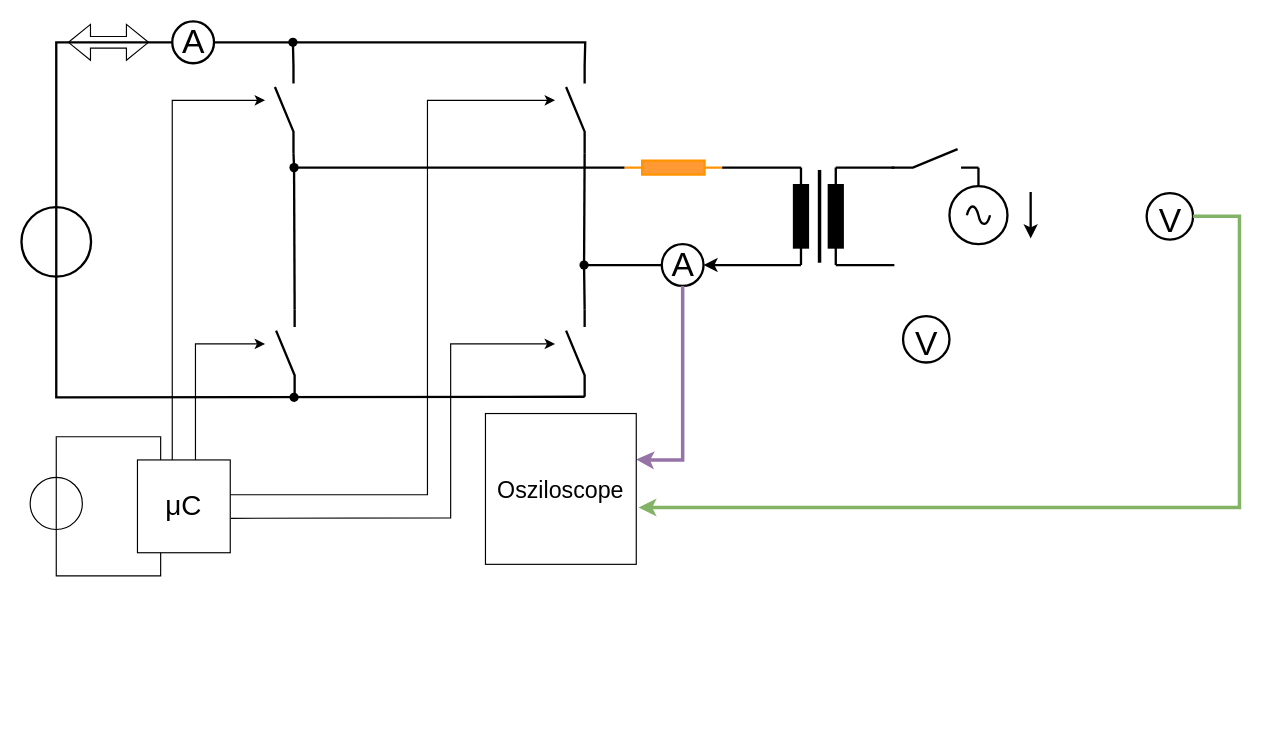
Lostqw1/Funfun keeps this draw.io diagram as Effizienzmessung.drawio. Above is the earlier version. Source tidied: cells renumbered, new cells numbered last; positions are measured from the earlier drawing's top-left corner, leaving out a move shared by most shapes. Both pictures are drawn from the tidied source at 116%, with x=0, y=0 at pixel (21, 21).
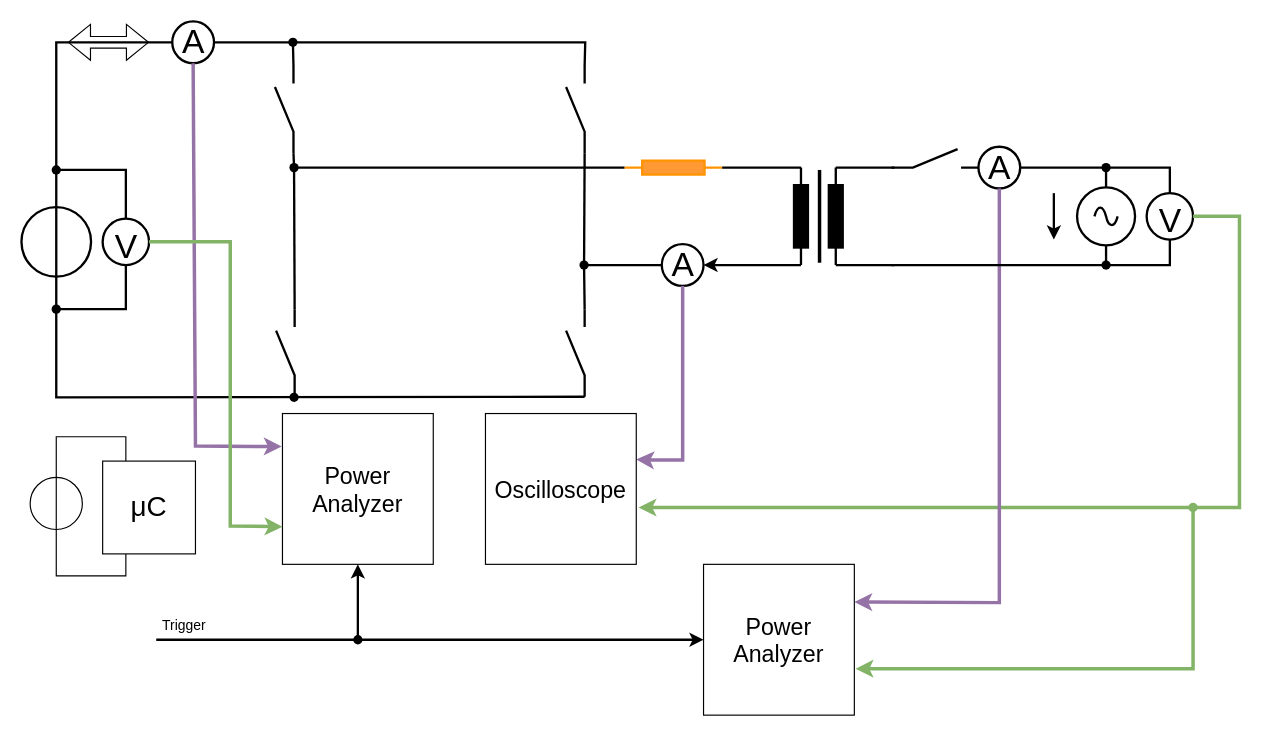
After the change.

Unchanged cells that the change refers to:
```xml
<mxCell id="5" style="verticalLabelPosition=bottom;shadow=0;dashed=0;align=center;html=1;verticalAlign=top;shape=mxgraph.electrical.electro-mechanical.make_contact;rotation=-90;strokeWidth=2;" parent="1" vertex="1">
  <mxGeometry x="440" y="68" width="75" height="16" as="geometry" />
</mxCell>
<mxCell id="8" value="&lt;p style=&quot;line-height: 70%;&quot;&gt;&lt;font style=&quot;font-size: 29px;&quot;&gt;V&lt;/font&gt;&lt;/p&gt;" style="verticalLabelPosition=middle;shadow=0;dashed=0;align=center;html=1;verticalAlign=middle;strokeWidth=2;shape=ellipse;fontSize=50;" parent="1" vertex="1">
  <mxGeometry x="970" y="148" width="40" height="40" as="geometry" />
</mxCell>
<mxCell id="16" style="shape=waypoint;sketch=0;fillStyle=solid;size=6;points=[];fillColor=none;perimeter=centerPerimeter;snapToPoint=1;strokeWidth=2;" parent="1" vertex="1">
  <mxGeometry x="475" y="200" width="20" height="20" as="geometry" />
</mxCell>
<mxCell id="23" style="verticalLabelPosition=bottom;shadow=0;dashed=0;align=center;html=1;verticalAlign=top;shape=mxgraph.electrical.signal_sources.source;points=[[0.5,0,0],[1,0.5,0],[0.5,1,0],[0,0.5,0]];elSignalType=ideal;rotation=90;strokeWidth=2;" parent="1" vertex="1">
  <mxGeometry y="160" width="60" height="60" as="geometry" />
</mxCell>
<mxCell id="39" style="verticalLabelPosition=bottom;shadow=0;dashed=0;align=center;html=1;verticalAlign=top;shape=mxgraph.electrical.signal_sources.source;points=[[0.5,0,0],[1,0.5,0],[0.5,1,0],[0,0.5,0]];elSignalType=ideal;rotation=90;strokeWidth=1;" parent="1" vertex="1">
  <mxGeometry x="7.5" y="393" width="45" height="45" as="geometry" />
</mxCell>
<mxCell id="43" value="A" style="verticalLabelPosition=middle;shadow=0;dashed=0;align=center;html=1;verticalAlign=middle;strokeWidth=2;shape=ellipse;fontSize=29;" parent="1" vertex="1">
  <mxGeometry x="130" width="36" height="36" as="geometry" />
</mxCell>
<mxCell id="44" style="verticalLabelPosition=bottom;shadow=0;dashed=0;align=center;html=1;verticalAlign=top;shape=mxgraph.electrical.electro-mechanical.make_contact;strokeWidth=2;" parent="1" vertex="1">
  <mxGeometry x="750" y="110" width="75" height="16" as="geometry" />
</mxCell>
```

The edit, as a diff of the source:
```diff
@@
     <mxCell id="3" style="verticalLabelPosition=bottom;shadow=0;dashed=0;align=center;html=1;verticalAlign=top;shape=mxgraph.electrical.signal_sources.source;points=[[0.5,0,0],[1,0.5,0],[0.5,1,0],[0,0.5,0]];elSignalType=ac;strokeWidth=2;" parent="1" vertex="1">
-      <mxGeometry x="800" y="142" width="50" height="50" as="geometry" />
+      <mxGeometry x="910" y="143" width="50" height="50" as="geometry" />
     </mxCell>
@@
-    <mxCell id="19" style="endArrow=none;html=1;rounded=0;entryX=0;entryY=1;entryDx=0;entryDy=0;entryPerimeter=0;exitX=0.45;exitY=0.3;exitDx=0;exitDy=0;exitPerimeter=0;strokeWidth=2;" parent="1" edge="1" source="16" target="5">
-      <mxGeometry relative="1" as="geometry" />
+    <mxCell id="19" style="endArrow=none;html=1;rounded=0;entryX=0;entryY=1;entryDx=0;entryDy=0;entryPerimeter=0;strokeWidth=2;" parent="1" edge="1" target="5">
+      <mxGeometry relative="1" as="geometry">
+        <mxPoint x="485" y="210" as="sourcePoint" />
+      </mxGeometry>
     </mxCell>
     <mxCell id="20" style="endArrow=classic;html=1;rounded=0;strokeWidth=2;" parent="1" edge="1">
       <mxGeometry relative="1" as="geometry">
-        <mxPoint x="870" y="147" as="sourcePoint" />
-        <mxPoint x="870" y="187" as="targetPoint" />
+        <mxPoint x="890" y="148" as="sourcePoint" />
+        <mxPoint x="890" y="188" as="targetPoint" />
       </mxGeometry>
     </mxCell>
@@
-    <mxCell id="22" style="endArrow=classic;html=1;rounded=0;exitX=1;exitY=0.5;exitDx=0;exitDy=0;fillColor=#d5e8d4;strokeColor=#82b366;strokeWidth=3;entryX=1.015;entryY=0.623;entryDx=0;entryDy=0;entryPerimeter=0;" parent="1" edge="1" source="8" target="26">
-      <mxGeometry relative="1" as="geometry">
-        <Array as="points">
-          <mxPoint x="1050" y="168" />
-          <mxPoint x="1050" y="419" />
-        </Array>
-      </mxGeometry>
+    <mxCell id="22" style="endArrow=classic;html=1;rounded=0;exitDx=0;exitDy=0;fillColor=#d5e8d4;strokeColor=#82b366;strokeWidth=3;entryX=1.015;entryY=0.623;entryDx=0;entryDy=0;entryPerimeter=0;" parent="1" edge="1" source="64" target="26">
+      <mxGeometry relative="1" as="geometry" />
     </mxCell>
@@
-    <mxCell id="26" value="&lt;font style=&quot;font-size: 20px;&quot;&gt;Osziloscope&lt;/font&gt;" style="whiteSpace=wrap;html=1;" parent="1" vertex="1">
+    <mxCell id="26" value="&lt;font style=&quot;font-size: 20px;&quot;&gt;Oscilloscope&lt;/font&gt;" style="whiteSpace=wrap;html=1;align=center;" parent="1" vertex="1">
       <mxGeometry x="400" y="338" width="130" height="130" as="geometry" />
     </mxCell>
-    <mxCell id="27" style="endArrow=none;html=1;rounded=0;exitX=0;exitY=0.5;exitDx=0;exitDy=0;exitPerimeter=0;strokeWidth=2;entryX=0;entryY=0.5;entryDx=0;entryDy=0;" parent="1" edge="1" source="23" target="43">
+    <mxCell id="27" style="endArrow=none;html=1;rounded=0;exitDx=0;exitDy=0;exitPerimeter=0;strokeWidth=2;entryX=0;entryY=0.5;entryDx=0;entryDy=0;" parent="1" edge="1" source="53" target="43">
       <mxGeometry relative="1" as="geometry">
         <Array as="points">
           <mxPoint x="30" y="18" />
         </Array>
       </mxGeometry>
     </mxCell>
@@
-    <mxCell id="34" style="endArrow=classic;html=1;rounded=0;entryX=0.5;entryY=0;entryDx=0;entryDy=0;" parent="1" edge="1">
-      <mxGeometry relative="1" as="geometry">
-        <mxPoint x="150" y="378" as="sourcePoint" />
-        <mxPoint x="210" y="278" as="targetPoint" />
-        <Array as="points">
-          <mxPoint x="150" y="278" />
-        </Array>
-      </mxGeometry>
-    </mxCell>
-    <mxCell id="35" style="endArrow=classic;html=1;rounded=0;entryX=0.5;entryY=0;entryDx=0;entryDy=0;exitX=1.008;exitY=0.629;exitDx=0;exitDy=0;exitPerimeter=0;" parent="1" edge="1" source="38">
-      <mxGeometry relative="1" as="geometry">
-        <mxPoint x="460" y="278" as="targetPoint" />
-        <Array as="points">
-          <mxPoint x="370" y="428" />
-          <mxPoint x="370" y="278" />
-        </Array>
-      </mxGeometry>
-    </mxCell>
-    <mxCell id="36" style="endArrow=classic;html=1;rounded=0;entryX=0.5;entryY=0;entryDx=0;entryDy=0;" parent="1" edge="1">
-      <mxGeometry relative="1" as="geometry">
-        <mxPoint x="180" y="408" as="sourcePoint" />
-        <mxPoint x="460" y="68" as="targetPoint" />
-        <Array as="points">
-          <mxPoint x="350" y="408" />
-          <mxPoint x="350" y="68" />
-        </Array>
-      </mxGeometry>
-    </mxCell>
-    <mxCell id="37" style="endArrow=classic;html=1;rounded=0;entryX=0.5;entryY=0;entryDx=0;entryDy=0;" parent="1" edge="1">
-      <mxGeometry relative="1" as="geometry">
-        <mxPoint x="130" y="378" as="sourcePoint" />
-        <mxPoint x="210" y="68" as="targetPoint" />
-        <Array as="points">
-          <mxPoint x="130" y="68" />
-        </Array>
-      </mxGeometry>
-    </mxCell>
     <mxCell id="38" value="&lt;font style=&quot;font-size: 24px;&quot;&gt;μC&lt;/font&gt;" style="whiteSpace=wrap;html=1;" parent="1" vertex="1">
-      <mxGeometry x="100" y="378" width="80" height="80" as="geometry" />
+      <mxGeometry x="70" y="379" width="80" height="80" as="geometry" />
     </mxCell>
@@
     <mxCell id="40" style="endArrow=none;html=1;rounded=0;entryX=0.25;entryY=0;entryDx=0;entryDy=0;exitX=0;exitY=0.5;exitDx=0;exitDy=0;exitPerimeter=0;" parent="1" edge="1" source="39" target="38">
       <mxGeometry relative="1" as="geometry">
         <Array as="points">
           <mxPoint x="30" y="358" />
-          <mxPoint x="120" y="358" />
+          <mxPoint x="90" y="358" />
         </Array>
       </mxGeometry>
     </mxCell>
     <mxCell id="41" style="endArrow=none;html=1;rounded=0;entryX=0.25;entryY=1;entryDx=0;entryDy=0;exitX=1;exitY=0.5;exitDx=0;exitDy=0;exitPerimeter=0;" parent="1" edge="1" source="39" target="38">
       <mxGeometry relative="1" as="geometry">
         <Array as="points">
           <mxPoint x="30" y="478" />
-          <mxPoint x="120" y="478" />
+          <mxPoint x="90" y="478" />
         </Array>
       </mxGeometry>
     </mxCell>
@@
-    <mxCell id="45" style="endArrow=none;html=1;rounded=0;strokeWidth=2;entryX=1;entryY=1;entryDx=0;entryDy=0;entryPerimeter=0;exitX=0.5;exitY=0;exitDx=0;exitDy=0;exitPerimeter=0;" parent="1" edge="1" source="3" target="44">
-      <mxGeometry relative="1" as="geometry" />
-    </mxCell>
@@
     <mxCell id="49" value="&lt;p style=&quot;line-height: 70%;&quot;&gt;&lt;font style=&quot;font-size: 29px;&quot;&gt;V&lt;/font&gt;&lt;/p&gt;" style="verticalLabelPosition=middle;shadow=0;dashed=0;align=center;html=1;verticalAlign=middle;strokeWidth=2;shape=ellipse;fontSize=50;" parent="1" vertex="1">
-      <mxGeometry x="760" y="254" width="40" height="40" as="geometry" />
+      <mxGeometry x="70" y="170" width="40" height="40" as="geometry" />
     </mxCell>
+    <mxCell id="50" style="endArrow=none;html=1;rounded=0;strokeWidth=2;entryX=0.5;entryY=1;entryDx=0;entryDy=0;" parent="1" edge="1" source="55" target="49">
+      <mxGeometry relative="1" as="geometry">
+        <Array as="points">
+          <mxPoint x="90" y="248" />
+        </Array>
+      </mxGeometry>
+    </mxCell>
+    <mxCell id="51" style="endArrow=none;html=1;rounded=0;strokeWidth=2;entryX=0.5;entryY=0;entryDx=0;entryDy=0;" parent="1" edge="1" target="49">
+      <mxGeometry relative="1" as="geometry">
+        <mxPoint x="30" y="128" as="sourcePoint" />
+        <Array as="points">
+          <mxPoint x="90" y="128" />
+        </Array>
+      </mxGeometry>
+    </mxCell>
+    <mxCell id="52" style="endArrow=none;html=1;rounded=0;exitX=0;exitY=0.5;exitDx=0;exitDy=0;exitPerimeter=0;strokeWidth=2;entryDx=0;entryDy=0;" parent="1" edge="1" source="23" target="53">
+      <mxGeometry relative="1" as="geometry" />
+    </mxCell>
+    <mxCell id="53" style="shape=waypoint;sketch=0;fillStyle=solid;size=6;points=[];fillColor=none;perimeter=centerPerimeter;snapToPoint=1;strokeWidth=2;" parent="1" vertex="1">
+      <mxGeometry x="20" y="118" width="20" height="20" as="geometry" />
+    </mxCell>
+    <mxCell id="54" style="endArrow=none;html=1;rounded=0;strokeWidth=2;entryDx=0;entryDy=0;" parent="1" edge="1" target="55">
+      <mxGeometry relative="1" as="geometry">
+        <mxPoint x="30" y="248" as="sourcePoint" />
+      </mxGeometry>
+    </mxCell>
+    <mxCell id="55" style="shape=waypoint;sketch=0;fillStyle=solid;size=6;points=[];fillColor=none;perimeter=centerPerimeter;snapToPoint=1;strokeWidth=2;" parent="1" vertex="1">
+      <mxGeometry x="20" y="238" width="20" height="20" as="geometry" />
+    </mxCell>
+    <mxCell id="56" value="&lt;span style=&quot;font-size: 20px;&quot;&gt;Power Analyzer&lt;/span&gt;" style="whiteSpace=wrap;html=1;" parent="1" vertex="1">
+      <mxGeometry x="225" y="338" width="130" height="130" as="geometry" />
+    </mxCell>
+    <mxCell id="57" value="&lt;span style=&quot;font-size: 20px;&quot;&gt;Power Analyzer&lt;/span&gt;" style="whiteSpace=wrap;html=1;" parent="1" vertex="1">
+      <mxGeometry x="588" y="468" width="130" height="130" as="geometry" />
+    </mxCell>
+    <mxCell id="58" value="A" style="verticalLabelPosition=middle;shadow=0;dashed=0;align=center;html=1;verticalAlign=middle;strokeWidth=2;shape=ellipse;fontSize=29;" parent="1" vertex="1">
+      <mxGeometry x="825" y="108" width="36" height="36" as="geometry" />
+    </mxCell>
+    <mxCell id="59" style="endArrow=none;html=1;rounded=0;entryX=0.5;entryY=0;entryDx=0;entryDy=0;exitDx=0;exitDy=0;strokeWidth=2;" parent="1" edge="1" source="70" target="8">
+      <mxGeometry relative="1" as="geometry">
+        <Array as="points">
+          <mxPoint x="990" y="126" />
+        </Array>
+      </mxGeometry>
+    </mxCell>
+    <mxCell id="60" style="endArrow=none;html=1;rounded=0;entryX=0.5;entryY=1;entryDx=0;entryDy=0;exitDx=0;exitDy=0;strokeWidth=2;" parent="1" edge="1" source="72" target="8">
+      <mxGeometry relative="1" as="geometry">
+        <Array as="points">
+          <mxPoint x="990" y="210" />
+        </Array>
+      </mxGeometry>
+    </mxCell>
+    <mxCell id="61" style="endArrow=classic;html=1;rounded=0;exitX=0.5;exitY=1;exitDx=0;exitDy=0;fillColor=#e1d5e7;strokeColor=#9673a6;strokeWidth=3;entryX=1;entryY=0.25;entryDx=0;entryDy=0;" parent="1" edge="1" source="58" target="57">
+      <mxGeometry relative="1" as="geometry">
+        <Array as="points">
+          <mxPoint x="843" y="358" />
+          <mxPoint x="843" y="501" />
+        </Array>
+      </mxGeometry>
+    </mxCell>
+    <mxCell id="62" style="endArrow=classic;html=1;rounded=0;fillColor=#d5e8d4;strokeColor=#82b366;strokeWidth=3;entryX=1.008;entryY=0.692;entryDx=0;entryDy=0;entryPerimeter=0;" parent="1" edge="1" target="57">
+      <mxGeometry relative="1" as="geometry">
+        <mxPoint x="1010" y="418" as="sourcePoint" />
+        <Array as="points">
+          <mxPoint x="1010" y="438" />
+          <mxPoint x="1010" y="558" />
+        </Array>
+      </mxGeometry>
+    </mxCell>
+    <mxCell id="63" style="endArrow=none;html=1;rounded=0;exitX=1;exitY=0.5;exitDx=0;exitDy=0;fillColor=#d5e8d4;strokeColor=#82b366;strokeWidth=3;entryDx=0;entryDy=0;entryPerimeter=0;endFill=0;" parent="1" edge="1" source="8" target="64">
+      <mxGeometry relative="1" as="geometry">
+        <Array as="points">
+          <mxPoint x="1050" y="168" />
+          <mxPoint x="1050" y="419" />
+        </Array>
+      </mxGeometry>
+    </mxCell>
+    <mxCell id="64" style="shape=waypoint;sketch=0;fillStyle=solid;size=6;points=[];fillColor=#d5e8d4;perimeter=centerPerimeter;snapToPoint=1;strokeColor=#82b366;strokeWidth=2;" parent="1" vertex="1">
+      <mxGeometry x="1000" y="409" width="20" height="20" as="geometry" />
+    </mxCell>
+    <mxCell id="65" style="endArrow=classic;html=1;rounded=0;exitX=0.5;exitY=1;exitDx=0;exitDy=0;strokeWidth=3;fillColor=#e1d5e7;strokeColor=#9673a6;entryX=-0.005;entryY=0.219;entryDx=0;entryDy=0;entryPerimeter=0;" parent="1" edge="1" source="43" target="56">
+      <mxGeometry relative="1" as="geometry">
+        <Array as="points">
+          <mxPoint x="150" y="366" />
+        </Array>
+      </mxGeometry>
+    </mxCell>
+    <mxCell id="66" style="endArrow=classic;html=1;rounded=0;entryX=0;entryY=0.75;entryDx=0;entryDy=0;exitX=1;exitY=0.5;exitDx=0;exitDy=0;fillColor=#d5e8d4;strokeColor=#82b366;strokeWidth=3;" parent="1" edge="1" source="49" target="56">
+      <mxGeometry relative="1" as="geometry">
+        <Array as="points">
+          <mxPoint x="180" y="190" />
+          <mxPoint x="180" y="435" />
+        </Array>
+      </mxGeometry>
+    </mxCell>
+    <mxCell id="67" style="endArrow=none;html=1;rounded=0;strokeWidth=2;entryX=0.5;entryY=1;entryDx=0;entryDy=0;entryPerimeter=0;" parent="1" edge="1" target="3">
+      <mxGeometry relative="1" as="geometry">
+        <mxPoint x="935" y="210" as="sourcePoint" />
+        <Array as="points">
+          <mxPoint x="935" y="198" />
+        </Array>
+      </mxGeometry>
+    </mxCell>
+    <mxCell id="68" style="endArrow=none;html=1;rounded=0;strokeWidth=2;entryX=0.5;entryY=0;entryDx=0;entryDy=0;entryPerimeter=0;" parent="1" edge="1" target="3">
+      <mxGeometry relative="1" as="geometry">
+        <mxPoint x="935" y="125" as="sourcePoint" />
+      </mxGeometry>
+    </mxCell>
+    <mxCell id="69" style="endArrow=none;html=1;rounded=0;entryDx=0;entryDy=0;exitX=1;exitY=0.5;exitDx=0;exitDy=0;strokeWidth=2;" parent="1" edge="1" source="58" target="70">
+      <mxGeometry relative="1" as="geometry" />
+    </mxCell>
+    <mxCell id="70" style="shape=waypoint;sketch=0;fillStyle=solid;size=6;points=[];fillColor=none;perimeter=centerPerimeter;snapToPoint=1;strokeWidth=2;" parent="1" vertex="1">
+      <mxGeometry x="925" y="116" width="20" height="20" as="geometry" />
+    </mxCell>
+    <mxCell id="71" style="endArrow=none;html=1;rounded=0;entryDx=0;entryDy=0;exitX=1;exitY=0.5;exitDx=0;exitDy=0;strokeWidth=2;" parent="1" edge="1" target="72">
+      <mxGeometry relative="1" as="geometry">
+        <mxPoint x="750" y="210" as="sourcePoint" />
+      </mxGeometry>
+    </mxCell>
+    <mxCell id="72" style="shape=waypoint;sketch=0;fillStyle=solid;size=6;points=[];fillColor=none;perimeter=centerPerimeter;snapToPoint=1;strokeWidth=2;" parent="1" vertex="1">
+      <mxGeometry x="925" y="200" width="20" height="20" as="geometry" />
+    </mxCell>
+    <mxCell id="73" style="endArrow=classic;html=1;rounded=0;entryX=0;entryY=0.5;entryDx=0;entryDy=0;strokeWidth=2;" parent="1" edge="1" source="76" target="57">
+      <mxGeometry relative="1" as="geometry" />
+    </mxCell>
+    <mxCell id="74" style="endArrow=classic;html=1;rounded=0;entryX=0.5;entryY=1;entryDx=0;entryDy=0;strokeWidth=2;" parent="1" edge="1" target="56">
+      <mxGeometry relative="1" as="geometry">
+        <mxPoint x="290" y="534" as="sourcePoint" />
+      </mxGeometry>
+    </mxCell>
+    <mxCell id="75" style="endArrow=none;html=1;rounded=0;entryDx=0;entryDy=0;strokeWidth=2;endFill=0;" parent="1" edge="1" target="76">
+      <mxGeometry relative="1" as="geometry">
+        <mxPoint x="116.2" y="533" as="sourcePoint" />
+      </mxGeometry>
+    </mxCell>
+    <mxCell id="76" style="shape=waypoint;sketch=0;fillStyle=solid;size=6;points=[];fillColor=none;perimeter=centerPerimeter;snapToPoint=1;strokeWidth=2;" parent="1" vertex="1">
+      <mxGeometry x="280" y="523" width="20" height="20" as="geometry" />
+    </mxCell>
+    <mxCell id="77" value="Trigger" style="text;html=1;align=center;verticalAlign=middle;strokeColor=none;fillColor=none;" parent="1" vertex="1">
+      <mxGeometry x="110" y="506" width="60" height="30" as="geometry" />
+    </mxCell>
```
